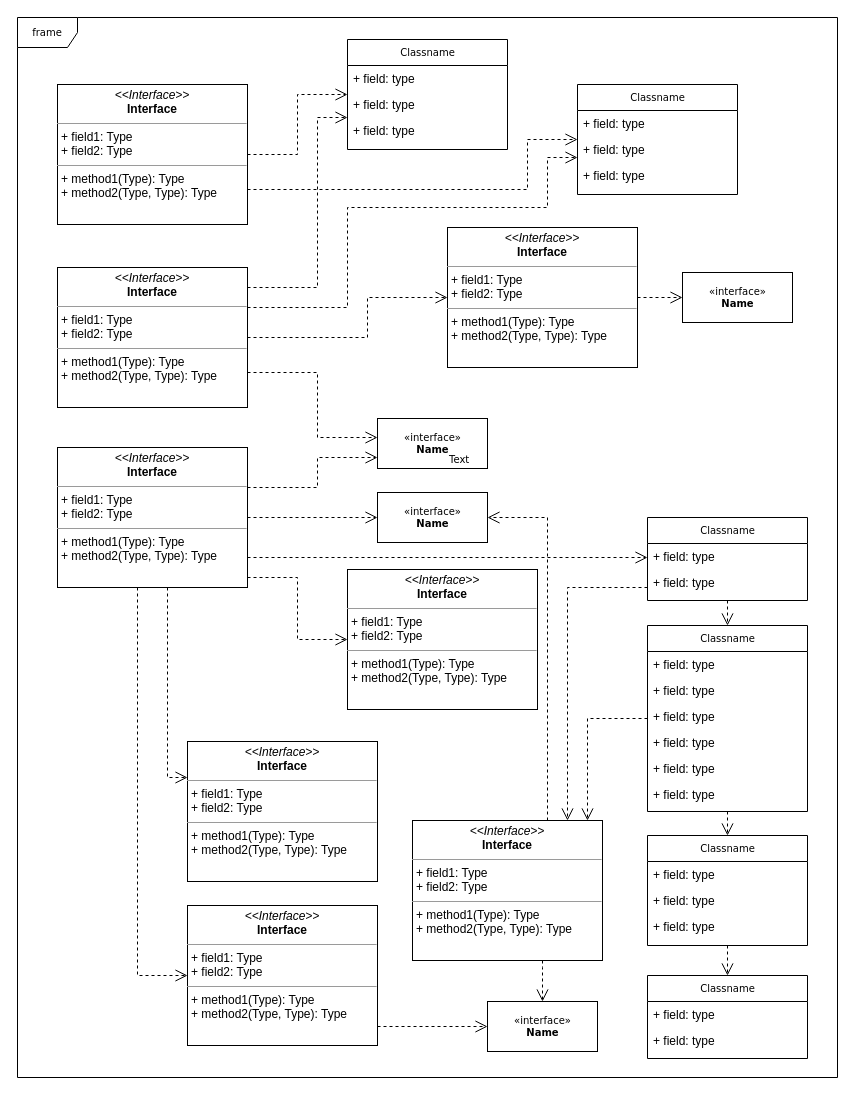
The draw.io diagram Untitled Diagram.drawio in ElNeoX-dev/Dames, before the edit. Source tidied: cells renumbered, new cells numbered last; positions are measured from the earlier drawing's top-left corner, leaving out a move shared by most shapes. Both pictures are drawn from the tidied source at 100%, with x=0, y=0 at pixel (17, 17).
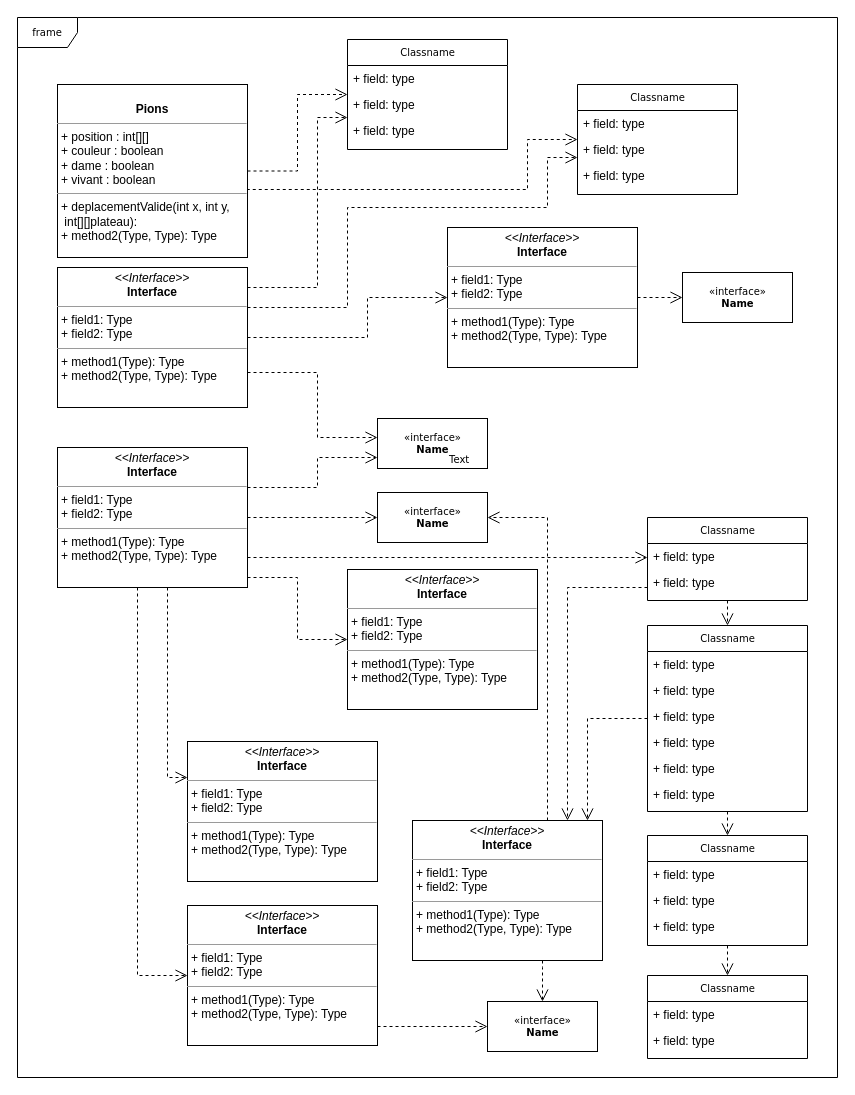
Above is the later version.

Change to the diagram source:
```diff
@@
-    <mxCell id="48" value="&lt;p style=&quot;margin:0px;margin-top:4px;text-align:center;&quot;&gt;&lt;i&gt;&amp;lt;&amp;lt;Interface&amp;gt;&amp;gt;&lt;/i&gt;&lt;br/&gt;&lt;b&gt;Interface&lt;/b&gt;&lt;/p&gt;&lt;hr size=&quot;1&quot;/&gt;&lt;p style=&quot;margin:0px;margin-left:4px;&quot;&gt;+ field1: Type&lt;br/&gt;+ field2: Type&lt;/p&gt;&lt;hr size=&quot;1&quot;/&gt;&lt;p style=&quot;margin:0px;margin-left:4px;&quot;&gt;+ method1(Type): Type&lt;br/&gt;+ method2(Type, Type): Type&lt;/p&gt;" style="verticalAlign=top;align=left;overflow=fill;fontSize=12;fontFamily=Helvetica;html=1;rounded=0;shadow=0;comic=0;labelBackgroundColor=none;strokeWidth=1;" parent="1" vertex="1">
-      <mxGeometry x="40" y="67" width="190" height="140" as="geometry" />
+    <mxCell id="48" value="&lt;p style=&quot;margin: 0px ; margin-top: 4px ; text-align: center&quot;&gt;&lt;br&gt;&lt;b&gt;Pions&lt;/b&gt;&lt;/p&gt;&lt;hr size=&quot;1&quot;&gt;&lt;p style=&quot;margin: 0px ; margin-left: 4px&quot;&gt;+ position : int[][]&lt;br&gt;+ couleur : boolean&lt;/p&gt;&lt;p style=&quot;margin: 0px ; margin-left: 4px&quot;&gt;+ dame : boolean&lt;/p&gt;&lt;p style=&quot;margin: 0px ; margin-left: 4px&quot;&gt;+ vivant : boolean&lt;/p&gt;&lt;hr size=&quot;1&quot;&gt;&lt;p style=&quot;margin: 0px ; margin-left: 4px&quot;&gt;+ deplacementValide(int x, int y,&lt;/p&gt;&lt;p style=&quot;margin: 0px ; margin-left: 4px&quot;&gt;&amp;nbsp;int[][]plateau):&amp;nbsp;&lt;br&gt;+ method2(Type, Type): Type&lt;/p&gt;" style="verticalAlign=top;align=left;overflow=fill;fontSize=12;fontFamily=Helvetica;html=1;rounded=0;shadow=0;comic=0;labelBackgroundColor=none;strokeWidth=1;" parent="1" vertex="1">
+      <mxGeometry x="40" y="67" width="190" height="173" as="geometry" />
     </mxCell>
```
